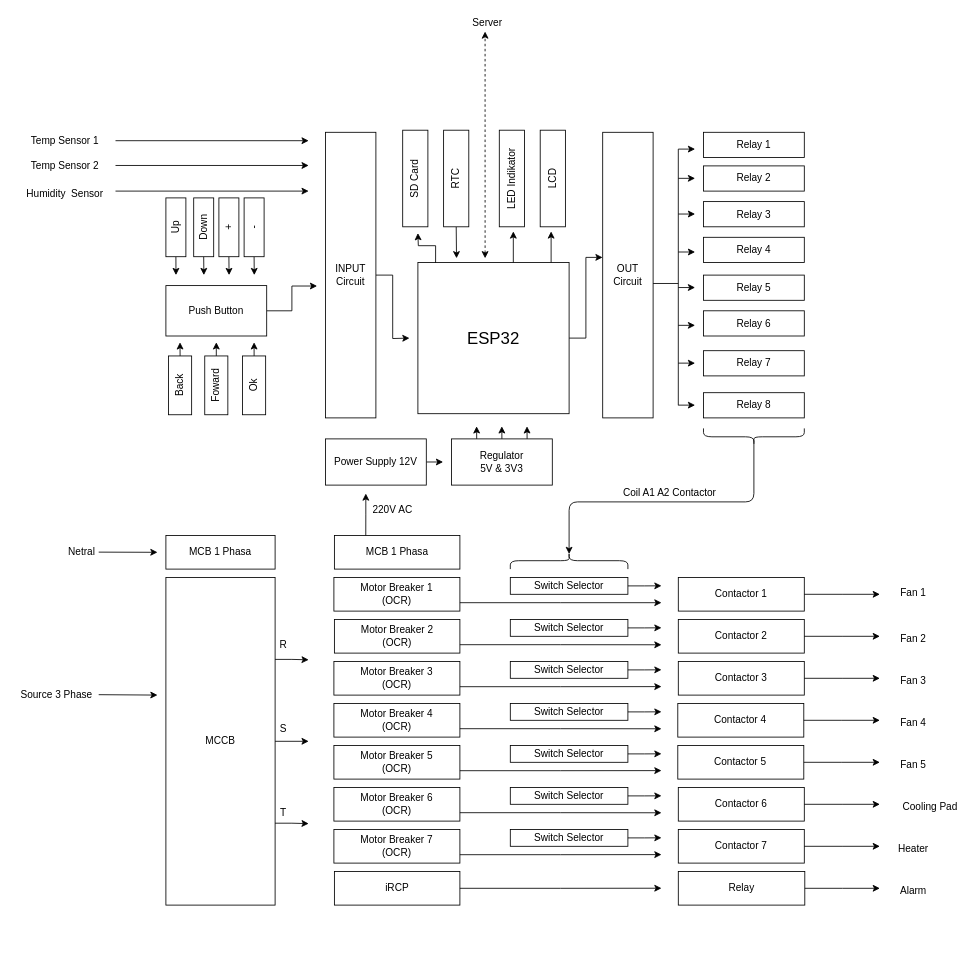
aufarachman39/Flowchart-PA keeps this draw.io diagram as Block diagram R01.drawio. Above is the earlier version. Source tidied: cells renumbered, new cells numbered last; positions are measured from the earlier drawing's top-left corner, leaving out a move shared by most shapes. Both pictures are drawn from the tidied source at 84%, with x=0, y=0 at pixel (14, 14).
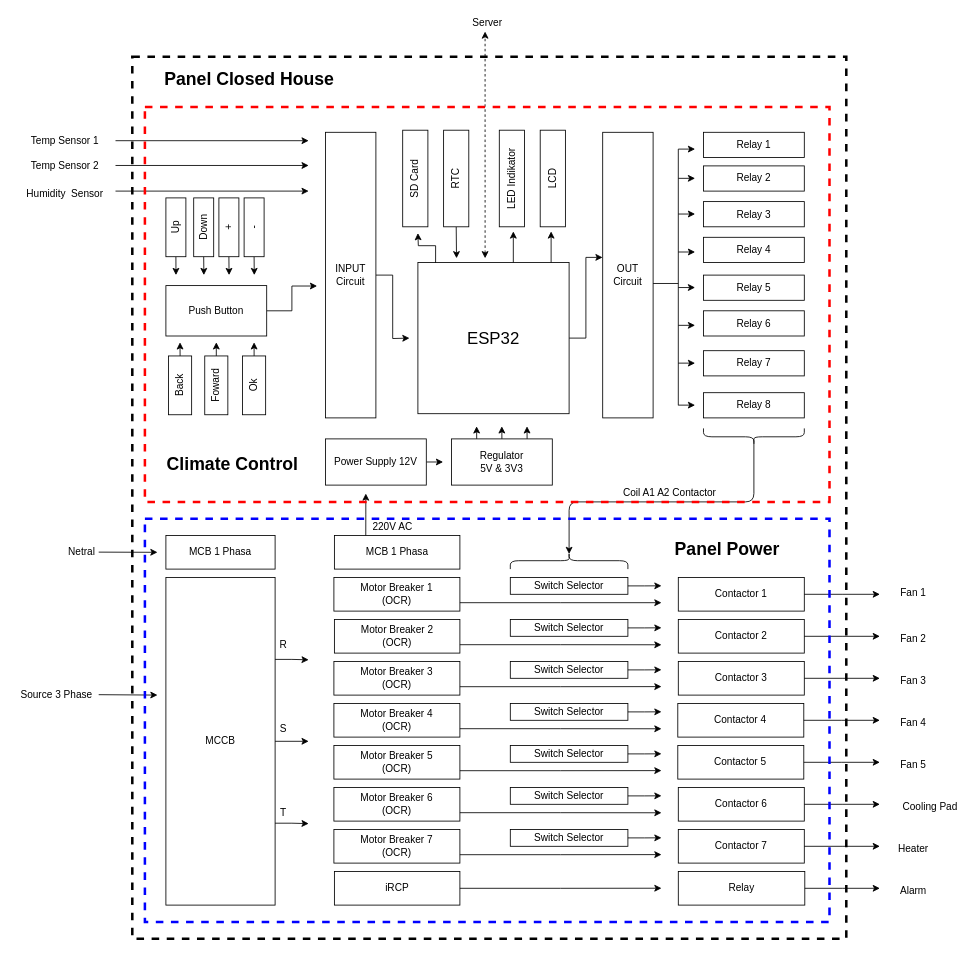
After the change.

Change to the diagram source:
```diff
@@
     <mxCell id="89" value="220V AC" style="text;html=1;strokeColor=none;fillColor=none;align=center;verticalAlign=middle;whiteSpace=wrap;rounded=0;dashed=1;opacity=40;" parent="1" vertex="1">
-      <mxGeometry x="420" y="580" width="60" height="20" as="geometry" />
+      <mxGeometry x="420" y="600" width="60" height="20" as="geometry" />
     </mxCell>
@@
+    <mxCell id="137" style="rounded=0;whiteSpace=wrap;html=1;fillColor=none;strokeWidth=3;dashed=1;strokeColor=#FF0000;" parent="1" vertex="1">
+      <mxGeometry x="155" y="110" width="815" height="470" as="geometry" />
+    </mxCell>
+    <mxCell id="138" style="rounded=0;whiteSpace=wrap;html=1;dashed=1;strokeWidth=3;fillColor=none;strokeColor=#0000FF;" parent="1" vertex="1">
+      <mxGeometry x="155" y="600" width="815" height="480" as="geometry" />
+    </mxCell>
+    <mxCell id="139" style="rounded=0;whiteSpace=wrap;html=1;dashed=1;strokeWidth=3;fillColor=none;" parent="1" vertex="1">
+      <mxGeometry x="140" y="50" width="850" height="1050" as="geometry" />
+    </mxCell>
+    <mxCell id="140" value="&lt;font style=&quot;font-size: 21px&quot;&gt;&lt;b&gt;Climate Control &lt;br&gt;&lt;/b&gt;&lt;/font&gt;" style="text;html=1;strokeColor=none;fillColor=none;align=center;verticalAlign=middle;whiteSpace=wrap;rounded=0;dashed=1;" parent="1" vertex="1">
+      <mxGeometry x="167.5" y="518.8" width="182.5" height="31.2" as="geometry" />
+    </mxCell>
+    <mxCell id="141" value="&lt;font style=&quot;font-size: 21px&quot;&gt;&lt;b&gt;Panel Closed House&lt;/b&gt;&lt;/font&gt; " style="text;html=1;strokeColor=none;fillColor=none;align=center;verticalAlign=middle;whiteSpace=wrap;rounded=0;dashed=1;" parent="1" vertex="1">
+      <mxGeometry x="167.5" y="60" width="222.5" height="31.2" as="geometry" />
+    </mxCell>
+    <mxCell id="142" value="&lt;font size=&quot;1&quot;&gt;&lt;b style=&quot;font-size: 21px&quot;&gt;Panel Power&lt;br&gt;&lt;/b&gt;&lt;/font&gt;" style="text;html=1;strokeColor=none;fillColor=none;align=center;verticalAlign=middle;whiteSpace=wrap;rounded=0;dashed=1;" parent="1" vertex="1">
+      <mxGeometry x="756.9" y="620" width="182.5" height="31.2" as="geometry" />
+    </mxCell>
```
